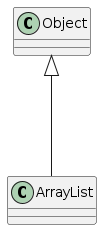
The PlantUML diagram readme-assets/class-diagram.png in grenle/js-counters, before a commit.
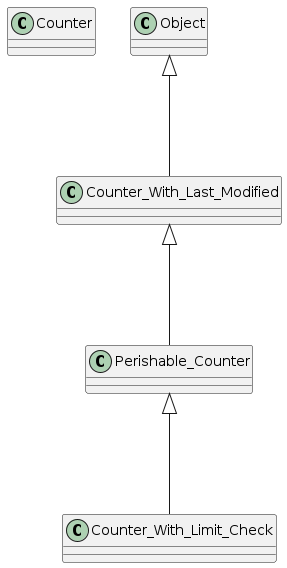
After the change.

Commit message:
Simple class diagram outline

The edit, as a diff of the source:
```diff
@@ -1,4 +1,6 @@
 @startuml
-class Object
-Object <|--- ArrayList
+class Counter
+Object <|--- Counter_With_Last_Modified
+Counter_With_Last_Modified <|--- Perishable_Counter
+Perishable_Counter <|--- Counter_With_Limit_Check
 @enduml
```
